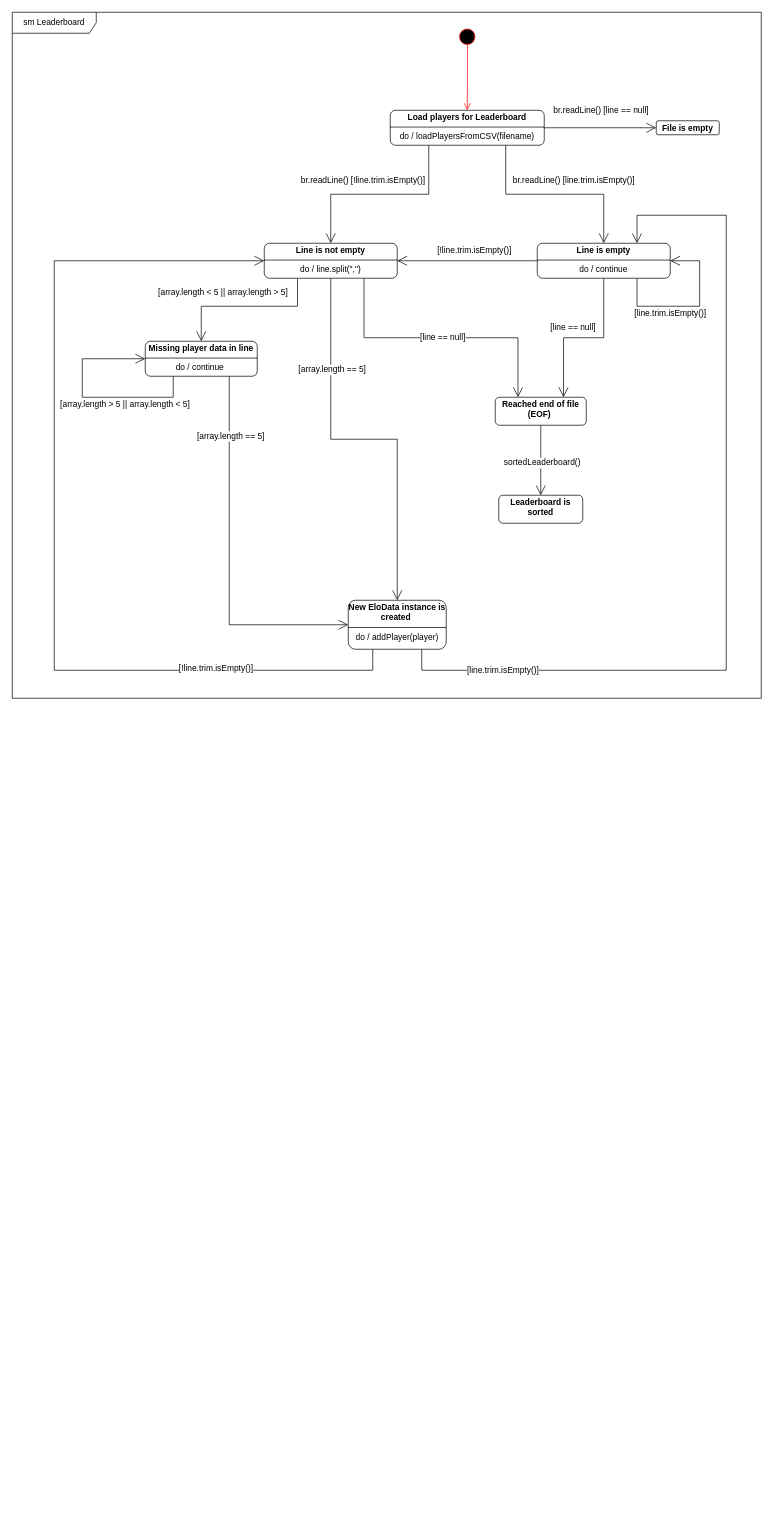
aeMyst/Minigame-Portal keeps this draw.io diagram as State Machine diagrams/state_machine.drawio. Above is the earlier version. Source tidied: cells renumbered, new cells numbered last; positions are measured from the earlier drawing's top-left corner, leaving out a move shared by most shapes. Both pictures are drawn from the tidied source at 70%, with x=0, y=0 at pixel (12, 12).
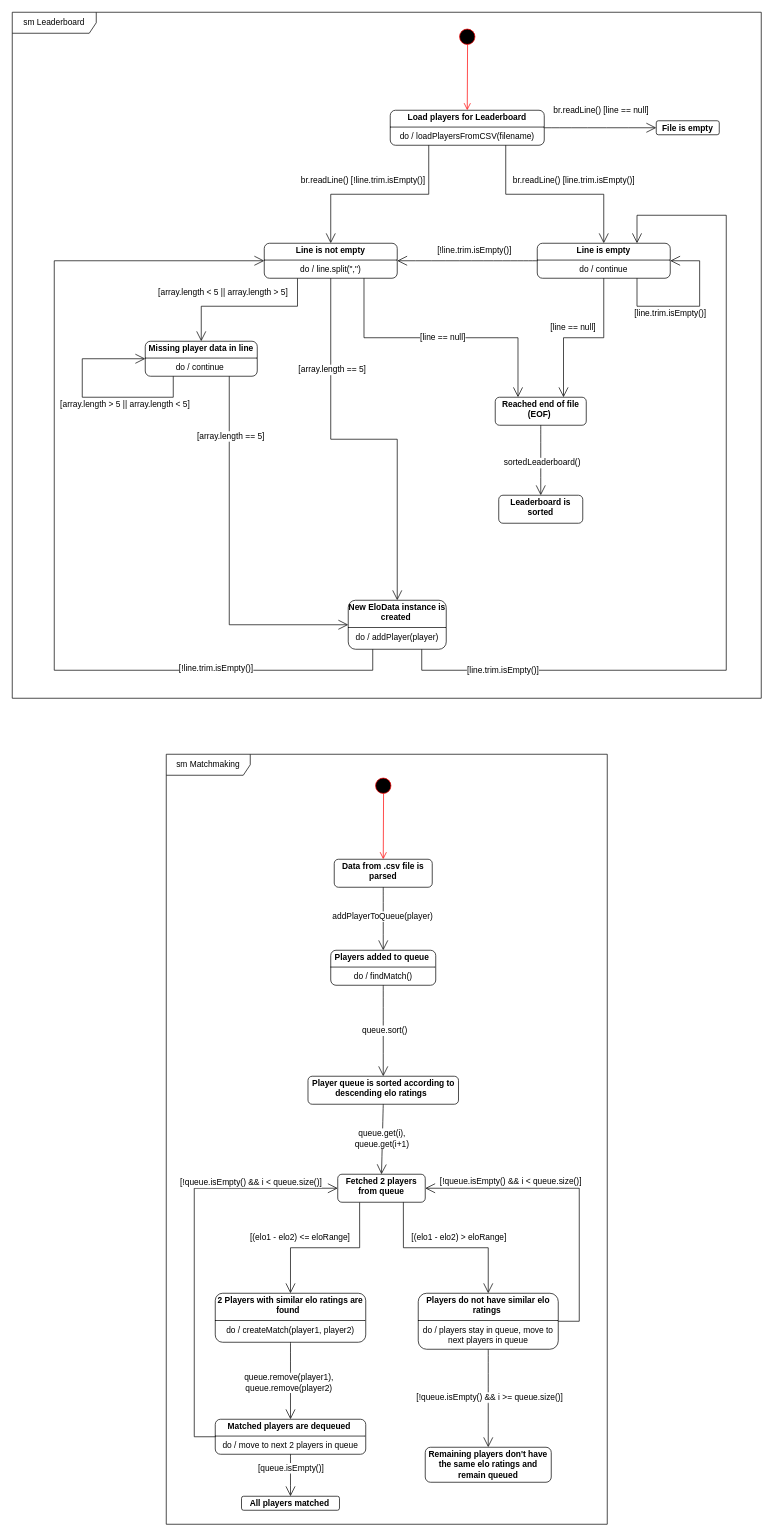
The same diagram, later.

Commit message (it also covers changes not shown here):
added state machine diagram for Matchmaker.java

The edit, as a diff of the source:
```diff
@@
+    <mxCell id="41" value="&lt;p style=&quot;margin:0px;margin-top:4px;text-align:center;&quot;&gt;&lt;b&gt;Data from .csv file is parsed&lt;/b&gt;&lt;/p&gt;" style="verticalAlign=middle;align=middle;overflow=fill;html=1;whiteSpace=wrap;rounded=1;" parent="1" vertex="1">
+      <mxGeometry x="460" y="1210" width="140" height="40" as="geometry" />
+    </mxCell>
+    <mxCell id="42" style="ellipse;html=1;shape=startState;fillColor=#000000;strokeColor=#ff0000;" parent="1" vertex="1">
+      <mxGeometry x="515" y="1090" width="30" height="30" as="geometry" />
+    </mxCell>
+    <mxCell id="43" style="html=1;verticalAlign=bottom;endArrow=open;endSize=8;strokeColor=#ff0000;rounded=0;fontSize=12;entryX=0.5;entryY=0;entryDx=0;entryDy=0;exitX=0.515;exitY=0.866;exitDx=0;exitDy=0;exitPerimeter=0;" parent="1" edge="1" source="42" target="41">
+      <mxGeometry relative="1" as="geometry" />
+    </mxCell>
+    <mxCell id="44" value="&lt;p style=&quot;margin:0px;margin-top:4px;text-align:center;&quot;&gt;&lt;b&gt;Players added to queue&amp;nbsp;&lt;/b&gt;&lt;/p&gt;&lt;hr size=&quot;1&quot; style=&quot;border-style:solid;&quot;&gt;&lt;div style=&quot;height:2px;&quot;&gt;do / findMatch()&lt;/div&gt;" style="verticalAlign=middle;align=middle;overflow=fill;html=1;whiteSpace=wrap;rounded=1;" parent="1" vertex="1">
+      <mxGeometry x="455" y="1340" width="150" height="50" as="geometry" />
+    </mxCell>
+    <mxCell id="45" style="endArrow=open;endFill=1;endSize=12;html=1;rounded=0;fontSize=12;curved=1;entryX=0.5;entryY=0;entryDx=0;entryDy=0;" parent="1" edge="1" target="44">
+      <mxGeometry relative="1" as="geometry">
+        <mxPoint x="530" y="1250" as="sourcePoint" />
+      </mxGeometry>
+    </mxCell>
+    <mxCell id="46" value="addPlayerToQueue(player)" style="edgeLabel;html=1;align=center;verticalAlign=middle;fontSize=12;" parent="45" vertex="1">
+      <mxGeometry x="-0.09" y="-3" relative="1" as="geometry">
+        <mxPoint x="1" as="offset" />
+      </mxGeometry>
+    </mxCell>
+    <mxCell id="47" style="endArrow=open;endFill=1;endSize=12;html=1;rounded=0;fontSize=12;curved=1;exitX=0.5;exitY=1;exitDx=0;exitDy=0;entryX=0.5;entryY=0;entryDx=0;entryDy=0;" parent="1" edge="1" source="44" target="49">
+      <mxGeometry relative="1" as="geometry" />
+    </mxCell>
+    <mxCell id="48" value="queue.sort()" style="edgeLabel;html=1;align=center;verticalAlign=middle;fontSize=12;" parent="47" vertex="1">
+      <mxGeometry x="-0.01" y="1" relative="1" as="geometry" />
+    </mxCell>
+    <mxCell id="49" value="&lt;p style=&quot;margin:0px;margin-top:4px;text-align:center;&quot;&gt;&lt;b&gt;Player queue is sorted according to descending elo ratings&amp;nbsp;&amp;nbsp;&lt;/b&gt;&lt;/p&gt;&lt;div style=&quot;height:2px;&quot;&gt;&lt;br&gt;&lt;/div&gt;" style="verticalAlign=middle;align=middle;overflow=fill;html=1;whiteSpace=wrap;rounded=1;" parent="1" vertex="1">
+      <mxGeometry x="422.5" y="1520" width="215" height="40" as="geometry" />
+    </mxCell>
+    <mxCell id="50" value="&lt;p style=&quot;margin:0px;margin-top:4px;text-align:center;&quot;&gt;&lt;b&gt;2 Players with similar elo ratings are found&amp;nbsp;&amp;nbsp;&lt;/b&gt;&lt;/p&gt;&lt;hr size=&quot;1&quot; style=&quot;border-style:solid;&quot;&gt;&lt;div style=&quot;height:2px;&quot;&gt;do / createMatch(player1, player2)&lt;/div&gt;" style="verticalAlign=middle;align=middle;overflow=fill;html=1;whiteSpace=wrap;rounded=1;" parent="1" vertex="1">
+      <mxGeometry x="290" y="1830" width="215" height="70" as="geometry" />
+    </mxCell>
+    <mxCell id="51" style="endArrow=open;endFill=1;endSize=12;html=1;rounded=0;fontSize=12;exitX=0.25;exitY=1;exitDx=0;exitDy=0;entryX=0.5;entryY=0;entryDx=0;entryDy=0;edgeStyle=orthogonalEdgeStyle;" parent="1" edge="1" source="58" target="50">
+      <mxGeometry relative="1" as="geometry" />
+    </mxCell>
+    <mxCell id="52" value="[(elo1 - elo2) &amp;lt;= eloRange]" style="edgeLabel;html=1;align=center;verticalAlign=middle;fontSize=12;" parent="51" vertex="1">
+      <mxGeometry x="-0.03" relative="1" as="geometry">
+        <mxPoint x="-40" y="-15" as="offset" />
+      </mxGeometry>
+    </mxCell>
+    <mxCell id="53" value="&lt;p style=&quot;margin:0px;margin-top:4px;text-align:center;&quot;&gt;&lt;b&gt;Matched players are dequeued&amp;nbsp;&lt;/b&gt;&lt;/p&gt;&lt;hr size=&quot;1&quot; style=&quot;border-style:solid;&quot;&gt;&lt;div style=&quot;height:2px;&quot;&gt;do / move to next 2 players in queue&lt;/div&gt;" style="verticalAlign=middle;align=middle;overflow=fill;html=1;whiteSpace=wrap;rounded=1;" parent="1" vertex="1">
+      <mxGeometry x="290" y="2010" width="215" height="50" as="geometry" />
+    </mxCell>
+    <mxCell id="54" style="endArrow=open;endFill=1;endSize=12;html=1;rounded=0;fontSize=12;curved=1;exitX=0.5;exitY=1;exitDx=0;exitDy=0;entryX=0.5;entryY=0;entryDx=0;entryDy=0;" parent="1" edge="1" source="50" target="53">
+      <mxGeometry relative="1" as="geometry" />
+    </mxCell>
+    <mxCell id="55" value="queue.remove(player1),&lt;div&gt;queue.remove(player2)&lt;/div&gt;" style="edgeLabel;html=1;align=center;verticalAlign=middle;fontSize=12;" parent="54" vertex="1">
+      <mxGeometry x="0.04" y="-2" relative="1" as="geometry">
+        <mxPoint x="-1" as="offset" />
+      </mxGeometry>
+    </mxCell>
+    <mxCell id="56" style="endArrow=open;endFill=1;endSize=12;html=1;rounded=0;fontSize=12;exitX=0;exitY=0.5;exitDx=0;exitDy=0;entryX=0;entryY=0.5;entryDx=0;entryDy=0;edgeStyle=orthogonalEdgeStyle;" parent="1" edge="1" source="53" target="58">
+      <mxGeometry relative="1" as="geometry">
+        <Array as="points">
+          <mxPoint x="260" y="2035" />
+          <mxPoint x="260" y="1680" />
+        </Array>
+      </mxGeometry>
+    </mxCell>
+    <mxCell id="57" value="[!queue.isEmpty() &amp;amp;&amp;amp; i &amp;lt; queue.size()]" style="edgeLabel;html=1;align=center;verticalAlign=middle;fontSize=12;" parent="56" vertex="1">
+      <mxGeometry y="2" relative="1" as="geometry">
+        <mxPoint x="82" y="-99" as="offset" />
+      </mxGeometry>
+    </mxCell>
+    <mxCell id="58" value="&lt;p style=&quot;margin:0px;margin-top:4px;text-align:center;&quot;&gt;&lt;b&gt;Fetched 2 players from queue&lt;/b&gt;&lt;/p&gt;" style="verticalAlign=middle;align=middle;overflow=fill;html=1;whiteSpace=wrap;rounded=1;" parent="1" vertex="1">
+      <mxGeometry x="465" y="1660" width="125" height="40" as="geometry" />
+    </mxCell>
+    <mxCell id="59" style="endArrow=open;endFill=1;endSize=12;html=1;rounded=0;fontSize=12;curved=1;exitX=0.5;exitY=1;exitDx=0;exitDy=0;entryX=0.5;entryY=0;entryDx=0;entryDy=0;" parent="1" edge="1" source="49" target="58">
+      <mxGeometry relative="1" as="geometry" />
+    </mxCell>
+    <mxCell id="60" value="&lt;span style=&quot;text-align: start; text-wrap-mode: wrap;&quot;&gt;queue.get(i), queue.get(i+1)&lt;/span&gt;" style="edgeLabel;html=1;align=center;verticalAlign=middle;fontSize=12;" parent="59" vertex="1">
+      <mxGeometry x="-0.02" y="-1" relative="1" as="geometry" />
+    </mxCell>
+    <mxCell id="61" value="&lt;p style=&quot;margin:0px;margin-top:4px;text-align:center;&quot;&gt;&lt;b&gt;Players do not have similar elo ratings&amp;nbsp;&lt;/b&gt;&lt;/p&gt;&lt;hr size=&quot;1&quot; style=&quot;border-style:solid;&quot;&gt;&lt;div style=&quot;height:2px;&quot;&gt;do / players stay in queue, move to next players in queue&lt;/div&gt;" style="verticalAlign=middle;align=middle;overflow=fill;html=1;whiteSpace=wrap;rounded=1;" parent="1" vertex="1">
+      <mxGeometry x="580" y="1830" width="200" height="80" as="geometry" />
+    </mxCell>
+    <mxCell id="62" style="endArrow=open;endFill=1;endSize=12;html=1;rounded=0;fontSize=12;exitX=0.75;exitY=1;exitDx=0;exitDy=0;entryX=0.5;entryY=0;entryDx=0;entryDy=0;edgeStyle=orthogonalEdgeStyle;" parent="1" edge="1" source="58" target="61">
+      <mxGeometry relative="1" as="geometry" />
+    </mxCell>
+    <mxCell id="63" value="[(elo1 - elo2) &amp;gt; eloRange]" style="edgeLabel;html=1;align=center;verticalAlign=middle;fontSize=12;" parent="62" vertex="1">
+      <mxGeometry x="-0.01" y="-3" relative="1" as="geometry">
+        <mxPoint x="20" y="-18" as="offset" />
+      </mxGeometry>
+    </mxCell>
+    <mxCell id="64" style="endArrow=open;endFill=1;endSize=12;html=1;rounded=0;fontSize=12;exitX=1;exitY=0.5;exitDx=0;exitDy=0;entryX=1;entryY=0.5;entryDx=0;entryDy=0;edgeStyle=orthogonalEdgeStyle;" parent="1" edge="1" source="61" target="58">
+      <mxGeometry relative="1" as="geometry">
+        <Array as="points">
+          <mxPoint x="810" y="1870" />
+          <mxPoint x="810" y="1680" />
+        </Array>
+      </mxGeometry>
+    </mxCell>
+    <mxCell id="65" value="[!queue.isEmpty() &amp;amp;&amp;amp; i &amp;lt; queue.size()]" style="edgeLabel;html=1;align=center;verticalAlign=middle;fontSize=12;" parent="64" vertex="1">
+      <mxGeometry y="2" relative="1" as="geometry">
+        <mxPoint x="-99" y="-12" as="offset" />
+      </mxGeometry>
+    </mxCell>
+    <mxCell id="66" style="endArrow=open;endFill=1;endSize=12;html=1;rounded=0;fontSize=12;curved=1;exitX=0.5;exitY=1;exitDx=0;exitDy=0;entryX=0.5;entryY=0;entryDx=0;entryDy=0;" parent="1" edge="1" source="53" target="68">
+      <mxGeometry relative="1" as="geometry" />
+    </mxCell>
+    <mxCell id="67" value="[queue.isEmpty()]" style="edgeLabel;html=1;align=center;verticalAlign=middle;fontSize=12;" parent="66" vertex="1">
+      <mxGeometry y="2" relative="1" as="geometry">
+        <mxPoint x="-2" y="-11" as="offset" />
+      </mxGeometry>
+    </mxCell>
+    <mxCell id="68" value="&lt;p style=&quot;margin:0px;margin-top:4px;text-align:center;&quot;&gt;&lt;b&gt;All players matched&amp;nbsp;&lt;/b&gt;&lt;/p&gt;" style="verticalAlign=middle;align=middle;overflow=fill;html=1;whiteSpace=wrap;rounded=1;" parent="1" vertex="1">
+      <mxGeometry x="327.5" y="2120" width="140" height="20" as="geometry" />
+    </mxCell>
+    <mxCell id="69" style="endArrow=open;endFill=1;endSize=12;html=1;rounded=0;fontSize=12;curved=1;exitX=0.5;exitY=1;exitDx=0;exitDy=0;entryX=0.5;entryY=0;entryDx=0;entryDy=0;" parent="1" edge="1" source="61" target="71">
+      <mxGeometry relative="1" as="geometry" />
+    </mxCell>
+    <mxCell id="70" value="[!queue.isEmpty() &amp;amp;&amp;amp; i &amp;gt;= queue.size()]" style="edgeLabel;html=1;align=center;verticalAlign=middle;fontSize=12;" parent="69" vertex="1">
+      <mxGeometry x="-0.03" y="1" relative="1" as="geometry" />
+    </mxCell>
+    <mxCell id="71" value="&lt;p style=&quot;margin:0px;margin-top:4px;text-align:center;&quot;&gt;&lt;b&gt;Remaining players don't have the same elo ratings and remain queued&lt;/b&gt;&lt;/p&gt;" style="verticalAlign=middle;align=middle;overflow=fill;html=1;whiteSpace=wrap;rounded=1;" parent="1" vertex="1">
+      <mxGeometry x="590" y="2050" width="180" height="50" as="geometry" />
+    </mxCell>
+    <mxCell id="72" value="sm Matchmaking" style="shape=umlFrame;whiteSpace=wrap;html=1;width=120;height=30;" parent="1" vertex="1">
+      <mxGeometry x="220" y="1060" width="630" height="1100" as="geometry" />
+    </mxCell>
```
